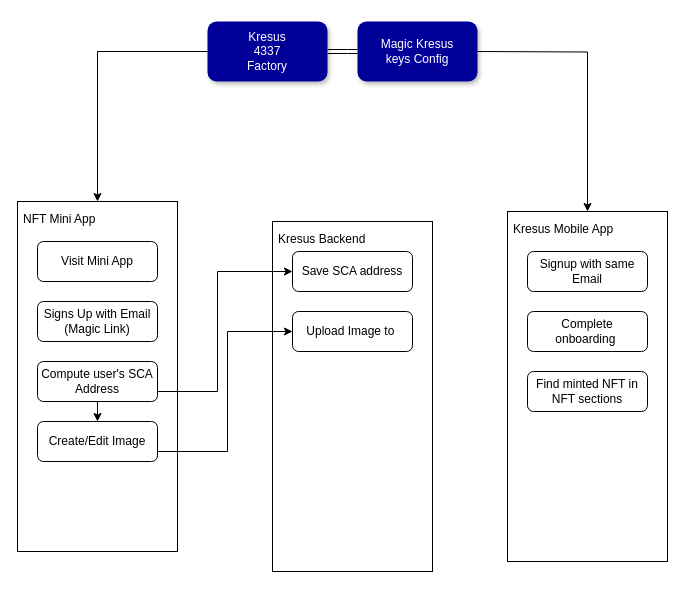
Earlier version of the draw.io diagram Kresus-miniApps.drawio (ali-05-ahmed/Concept-Diagrams). Source tidied: cells renumbered, new cells numbered last; positions are measured from the earlier drawing's top-left corner, leaving out a move shared by most shapes. Both pictures are drawn from the tidied source at 100%, with x=0, y=0 at pixel (17, 21).
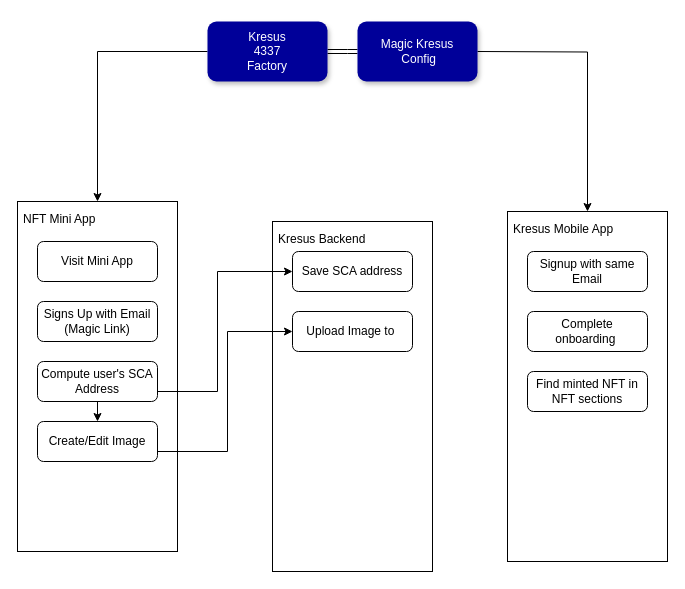
Above is the later version.

Diff of the diagram source:
```diff
@@
-    <mxCell id="22" value="&lt;font style=&quot;color: rgb(255, 255, 255);&quot;&gt;Magic Kresus&lt;br&gt;keys Config&lt;/font&gt;" style="rounded=1;whiteSpace=wrap;html=1;fillColor=light-dark(#000099, #ededed);strokeColor=none;shadow=1;" parent="1" vertex="1">
+    <mxCell id="22" value="&lt;font style=&quot;color: rgb(255, 255, 255);&quot;&gt;Magic Kresus&lt;br&gt;&amp;nbsp;Config&lt;/font&gt;" style="rounded=1;whiteSpace=wrap;html=1;fillColor=light-dark(#000099, #ededed);strokeColor=none;shadow=1;" parent="1" vertex="1">
       <mxGeometry x="340" width="120" height="60" as="geometry" />
     </mxCell>
```
